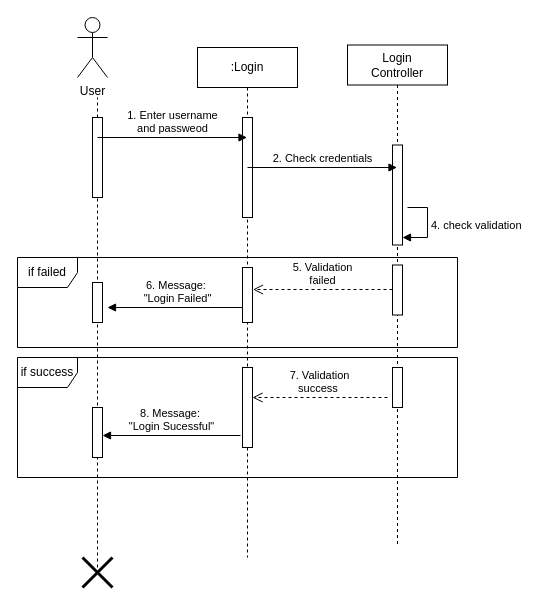
Earlier version of the draw.io diagram page "Login" (2 of 15) of Sequence Diagram.drawio (shamim36/Final-Defence-Diagram). Source tidied: cells renumbered, new cells numbered last; positions are measured from the earlier drawing's top-left corner, leaving out a move shared by most shapes. Both pictures are drawn from the tidied source at 100%, with x=0, y=0 at pixel (17, 17).
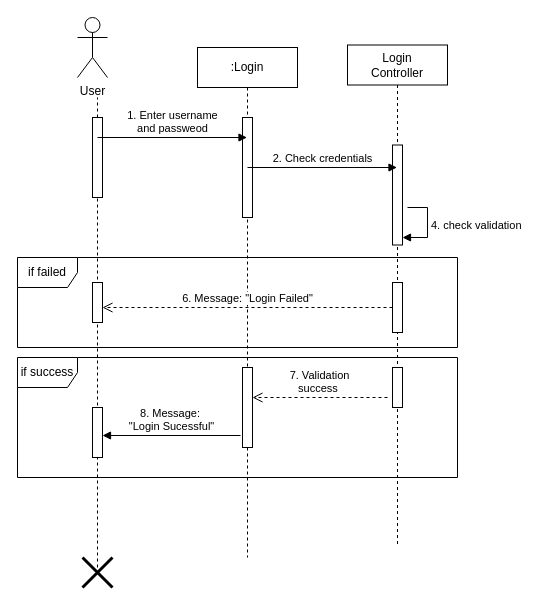
The same page after the edit.

Unchanged cells that the change refers to:
```xml
<mxCell id="2" value=":Login" style="shape=umlLifeline;perimeter=lifelinePerimeter;whiteSpace=wrap;html=1;outlineConnect=0;portConstraint=eastwest;newEdgeStyle={&quot;edgeStyle&quot;:&quot;elbowEdgeStyle&quot;,&quot;elbow&quot;:&quot;vertical&quot;,&quot;curved&quot;:0,&quot;rounded&quot;:0};" parent="1" vertex="1">
  <mxGeometry x="180" y="30" width="100" height="510" as="geometry" />
</mxCell>
```

Diff of the diagram source:
```diff
@@
-    <mxCell id="9" value="5. Validation&lt;div&gt;failed&lt;/div&gt;" style="html=1;verticalAlign=bottom;endArrow=open;dashed=1;endSize=8;curved=0;rounded=0;" parent="1" edge="1">
+    <mxCell id="9" value="6. Message:&amp;nbsp;&lt;span style=&quot;background-color: light-dark(#ffffff, var(--ge-dark-color, #121212)); color: light-dark(rgb(0, 0, 0), rgb(255, 255, 255));&quot;&gt;&quot;Login Failed&quot;&lt;/span&gt;" style="html=1;verticalAlign=bottom;endArrow=open;dashed=1;endSize=8;curved=0;rounded=0;" parent="1" edge="1">
       <mxGeometry relative="1" as="geometry">
-        <mxPoint x="375" y="272" as="sourcePoint" />
-        <mxPoint x="235.5" y="272" as="targetPoint" />
+        <mxPoint x="375" y="290" as="sourcePoint" />
+        <mxPoint x="85" y="290" as="targetPoint" />
       </mxGeometry>
     </mxCell>
@@
-    <mxCell id="12" value="6. Message:&amp;nbsp;&lt;div&gt;&quot;Login Failed&quot;&lt;/div&gt;" style="html=1;verticalAlign=bottom;endArrow=block;curved=0;rounded=0;" parent="1" edge="1" source="2">
-      <mxGeometry relative="1" as="geometry">
-        <mxPoint x="90" y="290" as="targetPoint" />
-      </mxGeometry>
-    </mxCell>
@@
-    <mxCell id="14" style="html=1;perimeter=orthogonalPerimeter;targetShapes=umlLifeline;newEdgeStyle={&quot;curved&quot;:0,&quot;rounded&quot;:0};" parent="1" vertex="1">
-      <mxGeometry x="225" y="250" width="10" height="55" as="geometry" />
-    </mxCell>
     <mxCell id="15" style="html=1;perimeter=orthogonalPerimeter;targetShapes=umlLifeline;newEdgeStyle={&quot;curved&quot;:0,&quot;rounded&quot;:0};" parent="1" vertex="1">
-      <mxGeometry x="375" y="247.5" width="10" height="50" as="geometry" />
+      <mxGeometry x="375" y="265" width="10" height="50" as="geometry" />
     </mxCell>
```
